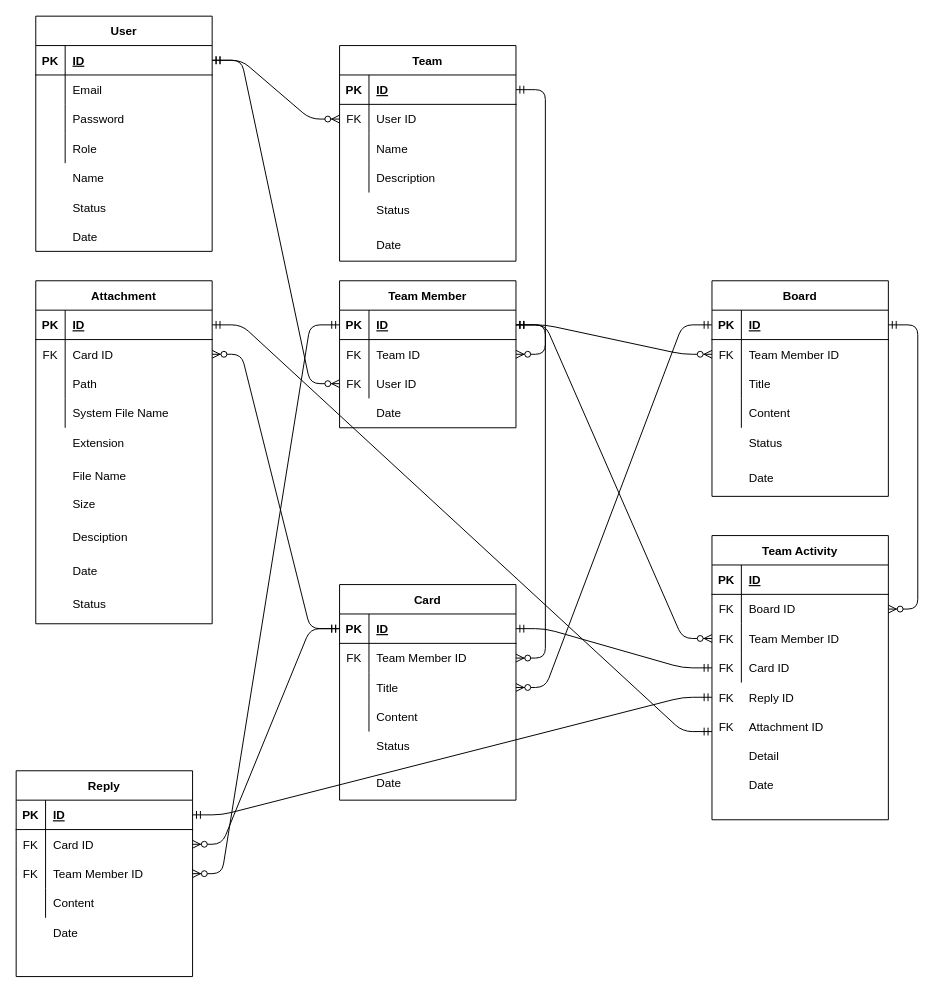
The draw.io diagram plan/Logical Diagram.drawio in donghyeon0725/slack_practice, before the edit. Source tidied: cells renumbered, new cells numbered last; positions are measured from the earlier drawing's top-left corner, leaving out a move shared by most shapes. Both pictures are drawn from the tidied source at 98%, with x=0, y=0 at pixel (16, 16).
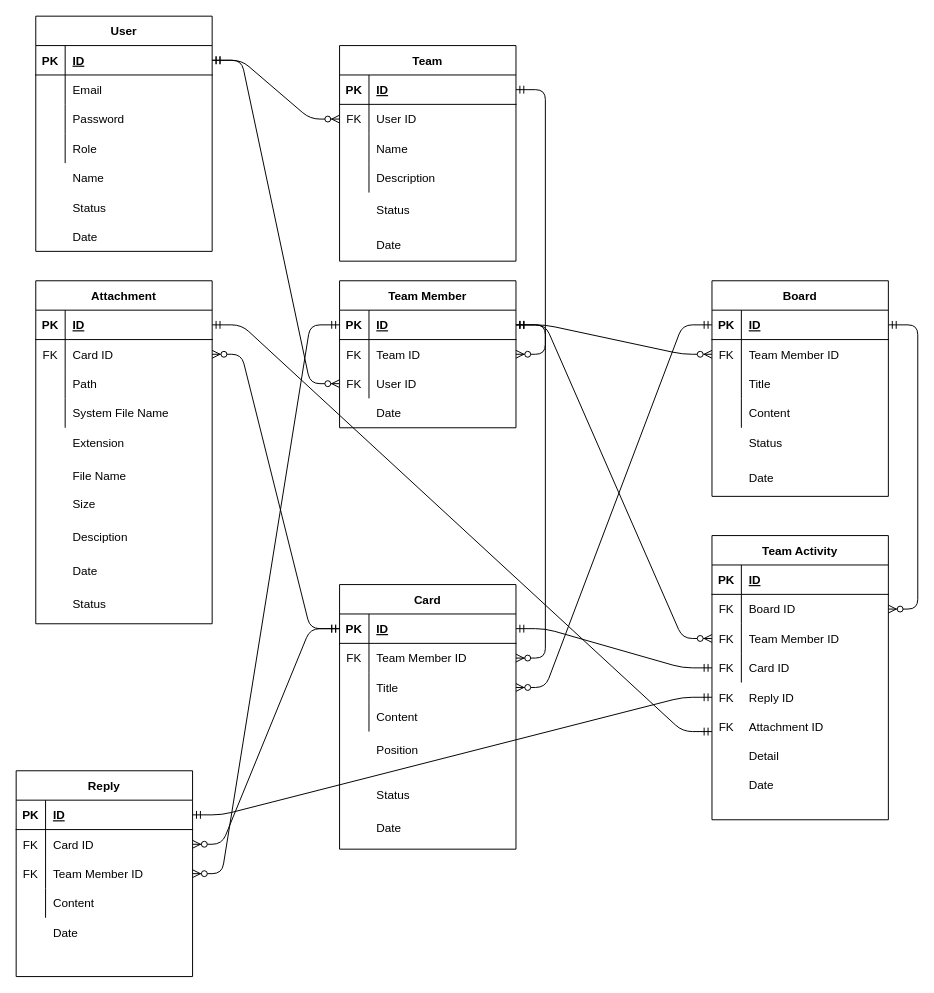
Above is the later version.

The edit, as a diff of the source:
```diff
@@
     <mxCell id="134" style="group;" parent="1" vertex="1">
-      <mxGeometry x="330" y="580" width="180" height="220" as="geometry" />
+      <mxGeometry x="330" y="580" width="180" height="270" as="geometry" />
     </mxCell>
     <mxCell id="135" style="shape=partialRectangle;fillColor=none;top=0;left=0;bottom=0;right=0;" parent="134" vertex="1">
-      <mxGeometry y="183.3" width="180" height="36.7" as="geometry" />
+      <mxGeometry y="225" width="180" height="45" as="geometry" />
     </mxCell>
     <mxCell id="136" style="shape=partialRectangle;fillColor=none;top=0;left=0;bottom=0;right=0;overflow=hidden;" parent="135" vertex="1">
-      <mxGeometry width="30" height="36.7" as="geometry" />
+      <mxGeometry width="30" height="45" as="geometry" />
     </mxCell>
     <mxCell id="137" value="Date" style="shape=partialRectangle;fillColor=none;top=0;left=0;bottom=0;right=0;align=left;spacingLeft=6;overflow=hidden;" parent="135" vertex="1">
-      <mxGeometry x="30" width="150" height="36.7" as="geometry" />
+      <mxGeometry x="30" width="150" height="45" as="geometry" />
     </mxCell>
     <mxCell id="138" style="group;" parent="134" vertex="1">
-      <mxGeometry width="180" height="220" as="geometry" />
+      <mxGeometry width="180" height="270" as="geometry" />
     </mxCell>
+    <mxCell id="152" style="shape=partialRectangle;fillColor=none;top=0;left=0;bottom=0;right=0;" parent="138" vertex="1">
+      <mxGeometry y="190.7" width="180" height="47.1" as="geometry" />
+    </mxCell>
+    <mxCell id="153" style="shape=partialRectangle;fillColor=none;top=0;left=0;bottom=0;right=0;overflow=hidden;" parent="152" vertex="1">
+      <mxGeometry width="30" height="47.1" as="geometry" />
+    </mxCell>
+    <mxCell id="154" value="Status" style="shape=partialRectangle;fillColor=none;top=0;left=0;bottom=0;right=0;align=left;spacingLeft=6;overflow=hidden;" parent="152" vertex="1">
+      <mxGeometry x="30" width="150" height="47.1" as="geometry" />
+    </mxCell>
+    <mxCell id="208" style="group;" parent="138" vertex="1">
+      <mxGeometry width="180" height="270" as="geometry" />
+    </mxCell>
-    <mxCell id="139" value="Card" style="shape=table;startSize=30;childLayout=tableLayout;rowLines=0;fontStyle=1;align=center;rounded=0;sketch=0;" parent="138" vertex="1">
-      <mxGeometry width="180" height="220" as="geometry" />
+    <mxCell id="139" value="Card" style="shape=table;startSize=30;childLayout=tableLayout;rowLines=0;fontStyle=1;align=center;rounded=0;sketch=0;" parent="208" vertex="1">
+      <mxGeometry width="180" height="270" as="geometry" />
     </mxCell>
@@
-    <mxCell id="152" style="shape=partialRectangle;fillColor=none;top=0;left=0;bottom=0;right=0;" parent="138" vertex="1">
-      <mxGeometry y="144.9" width="180" height="38.4" as="geometry" />
-    </mxCell>
-    <mxCell id="153" style="shape=partialRectangle;fillColor=none;top=0;left=0;bottom=0;right=0;overflow=hidden;" parent="152" vertex="1">
-      <mxGeometry width="30" height="38.4" as="geometry" />
-    </mxCell>
-    <mxCell id="154" value="Status" style="shape=partialRectangle;fillColor=none;top=0;left=0;bottom=0;right=0;align=left;spacingLeft=6;overflow=hidden;" parent="152" vertex="1">
-      <mxGeometry x="30" width="150" height="38.4" as="geometry" />
-    </mxCell>
+    <mxCell id="209" style="shape=partialRectangle;fillColor=none;top=0;left=0;bottom=0;right=0;" parent="208" vertex="1">
+      <mxGeometry y="145.4" width="180" height="45.3" as="geometry" />
+    </mxCell>
+    <mxCell id="210" style="shape=partialRectangle;fillColor=none;top=0;left=0;bottom=0;right=0;overflow=hidden;" parent="209" vertex="1">
+      <mxGeometry width="30" height="45.3" as="geometry" />
+    </mxCell>
+    <mxCell id="211" value="Position" style="shape=partialRectangle;fillColor=none;top=0;left=0;bottom=0;right=0;align=left;spacingLeft=6;overflow=hidden;" parent="209" vertex="1">
+      <mxGeometry x="30" width="150" height="45.3" as="geometry" />
+    </mxCell>
```
